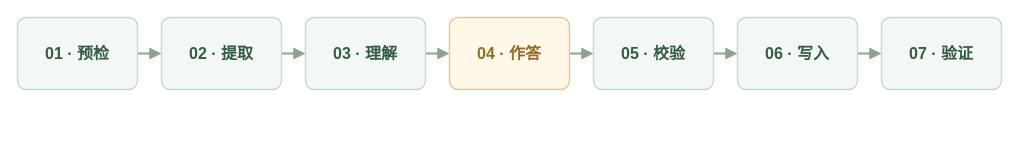
Before: docs/architecture/workflow.drawio in luoshuai990529/docflow, a draw.io diagram. Source tidied: cells renumbered, new cells numbered last; positions are measured from the earlier drawing's top-left corner, leaving out a move shared by most shapes. Both pictures are drawn from the tidied source at 100%, with x=0, y=0 at pixel (17, 17).
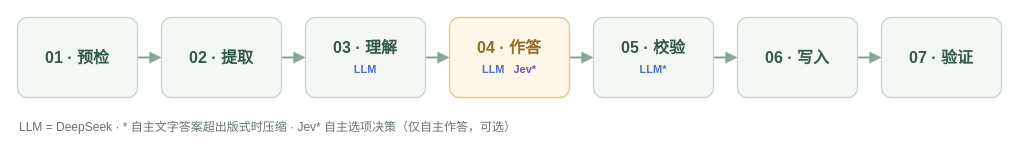
Above is the later version.

Commit message (it also covers changes not shown here):
docs: label workflow model participation

What changed in the source:
```diff
@@
 <mxGraphModel>
   <root>
     <mxCell id="0" />
     <mxCell id="1" parent="0" />
     <mxCell id="2" style="edgeStyle=none;html=1;strokeWidth=2;strokeColor=#8CA592;endArrow=block;endSize=7;endFill=1;exitX=1;exitY=0.5;exitDx=0;exitDy=0;entryX=0;entryY=0.5;entryDx=0;entryDy=0;" parent="1" edge="1" source="8" target="9">
       <mxGeometry relative="1" as="geometry" />
     </mxCell>
     <mxCell id="3" style="edgeStyle=none;html=1;strokeWidth=2;strokeColor=#8CA592;endArrow=block;endSize=7;endFill=1;exitX=1;exitY=0.5;exitDx=0;exitDy=0;entryX=0;entryY=0.5;entryDx=0;entryDy=0;" parent="1" edge="1" source="9" target="10">
       <mxGeometry relative="1" as="geometry" />
     </mxCell>
     <mxCell id="4" style="edgeStyle=none;html=1;strokeWidth=2;strokeColor=#8CA592;endArrow=block;endSize=7;endFill=1;exitX=1;exitY=0.5;exitDx=0;exitDy=0;entryX=0;entryY=0.5;entryDx=0;entryDy=0;" parent="1" edge="1" source="10" target="11">
       <mxGeometry relative="1" as="geometry" />
     </mxCell>
     <mxCell id="5" style="edgeStyle=none;html=1;strokeWidth=2;strokeColor=#8CA592;endArrow=block;endSize=7;endFill=1;exitX=1;exitY=0.5;exitDx=0;exitDy=0;entryX=0;entryY=0.5;entryDx=0;entryDy=0;" parent="1" edge="1" source="11" target="12">
       <mxGeometry relative="1" as="geometry" />
     </mxCell>
     <mxCell id="6" style="edgeStyle=none;html=1;strokeWidth=2;strokeColor=#8CA592;endArrow=block;endSize=7;endFill=1;exitX=1;exitY=0.5;exitDx=0;exitDy=0;entryX=0;entryY=0.5;entryDx=0;entryDy=0;" parent="1" edge="1" source="12" target="13">
       <mxGeometry relative="1" as="geometry" />
     </mxCell>
     <mxCell id="7" style="edgeStyle=none;html=1;strokeWidth=2;strokeColor=#8CA592;endArrow=block;endSize=7;endFill=1;exitX=1;exitY=0.5;exitDx=0;exitDy=0;entryX=0;entryY=0.5;entryDx=0;entryDy=0;" parent="1" edge="1" source="13" target="14">
       <mxGeometry relative="1" as="geometry" />
     </mxCell>
     <mxCell id="8" value="01 · 预检" style="rounded=1;arcSize=12;whiteSpace=wrap;html=1;fillColor=#F4F8F4;strokeColor=#C9D8CC;strokeWidth=1.4;shadow=0;align=center;verticalAlign=middle;spacing=8;fontFamily=PingFang SC;fontSize=16;fontStyle=1;fontColor=#345B46;" parent="1" vertex="1">
-      <mxGeometry width="120" height="72" as="geometry" />
+      <mxGeometry width="120" height="80" as="geometry" />
     </mxCell>
     <mxCell id="9" value="02 · 提取" style="rounded=1;arcSize=12;whiteSpace=wrap;html=1;fillColor=#F4F8F4;strokeColor=#C9D8CC;strokeWidth=1.4;shadow=0;align=center;verticalAlign=middle;spacing=8;fontFamily=PingFang SC;fontSize=16;fontStyle=1;fontColor=#345B46;" parent="1" vertex="1">
-      <mxGeometry x="144" width="120" height="72" as="geometry" />
+      <mxGeometry x="144" width="120" height="80" as="geometry" />
     </mxCell>
-    <mxCell id="10" value="03 · 理解" style="rounded=1;arcSize=12;whiteSpace=wrap;html=1;fillColor=#F4F8F4;strokeColor=#C9D8CC;strokeWidth=1.4;shadow=0;align=center;verticalAlign=middle;spacing=8;fontFamily=PingFang SC;fontSize=16;fontStyle=1;fontColor=#345B46;" parent="1" vertex="1">
-      <mxGeometry x="288" width="120" height="72" as="geometry" />
+    <mxCell id="10" value="03 · 理解&lt;br&gt;&lt;font color=&quot;#526FC0&quot; style=&quot;font-size:11px&quot;&gt;&lt;b&gt;LLM&lt;/b&gt;&lt;/font&gt;" style="rounded=1;arcSize=12;whiteSpace=wrap;html=1;fillColor=#F4F8F4;strokeColor=#C9D8CC;strokeWidth=1.4;shadow=0;align=center;verticalAlign=middle;spacing=8;fontFamily=PingFang SC;fontSize=16;fontStyle=1;fontColor=#345B46;" parent="1" vertex="1">
+      <mxGeometry x="288" width="120" height="80" as="geometry" />
     </mxCell>
-    <mxCell id="11" value="04 · 作答" style="rounded=1;arcSize=12;whiteSpace=wrap;html=1;fillColor=#FFF7E8;strokeColor=#E3C98F;strokeWidth=1.4;shadow=0;align=center;verticalAlign=middle;spacing=8;fontFamily=PingFang SC;fontSize=16;fontStyle=1;fontColor=#946B27;" parent="1" vertex="1">
-      <mxGeometry x="432" width="120" height="72" as="geometry" />
+    <mxCell id="11" value="04 · 作答&lt;br&gt;&lt;font color=&quot;#526FC0&quot; style=&quot;font-size:11px&quot;&gt;&lt;b&gt;LLM&lt;/b&gt;&lt;/font&gt;&amp;nbsp;&amp;nbsp;&lt;font color=&quot;#7654A4&quot; style=&quot;font-size:11px&quot;&gt;&lt;b&gt;Jev*&lt;/b&gt;&lt;/font&gt;" style="rounded=1;arcSize=12;whiteSpace=wrap;html=1;fillColor=#FFF7E8;strokeColor=#E3C98F;strokeWidth=1.4;shadow=0;align=center;verticalAlign=middle;spacing=8;fontFamily=PingFang SC;fontSize=16;fontStyle=1;fontColor=#946B27;" parent="1" vertex="1">
+      <mxGeometry x="432" width="120" height="80" as="geometry" />
     </mxCell>
-    <mxCell id="12" value="05 · 校验" style="rounded=1;arcSize=12;whiteSpace=wrap;html=1;fillColor=#F4F8F4;strokeColor=#C9D8CC;strokeWidth=1.4;shadow=0;align=center;verticalAlign=middle;spacing=8;fontFamily=PingFang SC;fontSize=16;fontStyle=1;fontColor=#345B46;" parent="1" vertex="1">
-      <mxGeometry x="576" width="120" height="72" as="geometry" />
+    <mxCell id="12" value="05 · 校验&lt;br&gt;&lt;font color=&quot;#526FC0&quot; style=&quot;font-size:11px&quot;&gt;&lt;b&gt;LLM*&lt;/b&gt;&lt;/font&gt;" style="rounded=1;arcSize=12;whiteSpace=wrap;html=1;fillColor=#F4F8F4;strokeColor=#C9D8CC;strokeWidth=1.4;shadow=0;align=center;verticalAlign=middle;spacing=8;fontFamily=PingFang SC;fontSize=16;fontStyle=1;fontColor=#345B46;" parent="1" vertex="1">
+      <mxGeometry x="576" width="120" height="80" as="geometry" />
     </mxCell>
     <mxCell id="13" value="06 · 写入" style="rounded=1;arcSize=12;whiteSpace=wrap;html=1;fillColor=#F4F8F4;strokeColor=#C9D8CC;strokeWidth=1.4;shadow=0;align=center;verticalAlign=middle;spacing=8;fontFamily=PingFang SC;fontSize=16;fontStyle=1;fontColor=#345B46;" parent="1" vertex="1">
-      <mxGeometry x="720" width="120" height="72" as="geometry" />
+      <mxGeometry x="720" width="120" height="80" as="geometry" />
     </mxCell>
     <mxCell id="14" value="07 · 验证" style="rounded=1;arcSize=12;whiteSpace=wrap;html=1;fillColor=#F4F8F4;strokeColor=#C9D8CC;strokeWidth=1.4;shadow=0;align=center;verticalAlign=middle;spacing=8;fontFamily=PingFang SC;fontSize=16;fontStyle=1;fontColor=#345B46;" parent="1" vertex="1">
-      <mxGeometry x="864" width="120" height="72" as="geometry" />
+      <mxGeometry x="864" width="120" height="80" as="geometry" />
     </mxCell>
+    <mxCell id="15" value="LLM = DeepSeek · * 自主文字答案超出版式时压缩 · Jev* 自主选项决策（仅自主作答，可选）" style="text;html=1;align=left;verticalAlign=middle;whiteSpace=wrap;fontFamily=PingFang SC;fontSize=12;fontColor=#66756B;" parent="1" vertex="1">
+      <mxGeometry y="100" width="984" height="20" as="geometry" />
+    </mxCell>
   </root>
 </mxGraphModel>
```
